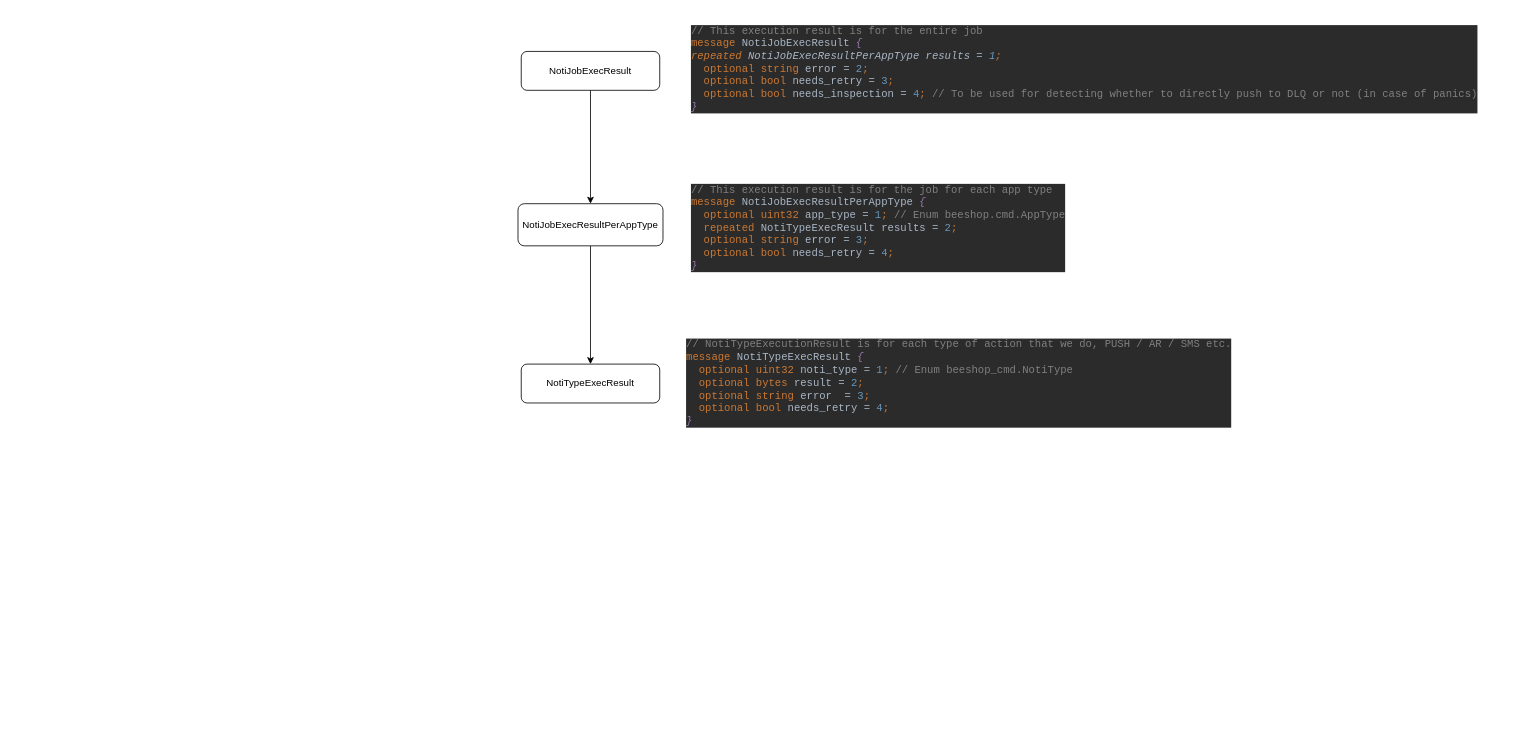
This is page "Create new consumer for PN" (3 of 4) of Untitled Diagram.drawio from floatLig/drow.io, a draw.io file, before an edit. Source tidied: cells renumbered, new cells numbered last; positions are measured from the earlier drawing's top-left corner, leaving out a move shared by most shapes. Both pictures are drawn from the tidied source at 81%, with x=0, y=0 at pixel (518, 28).
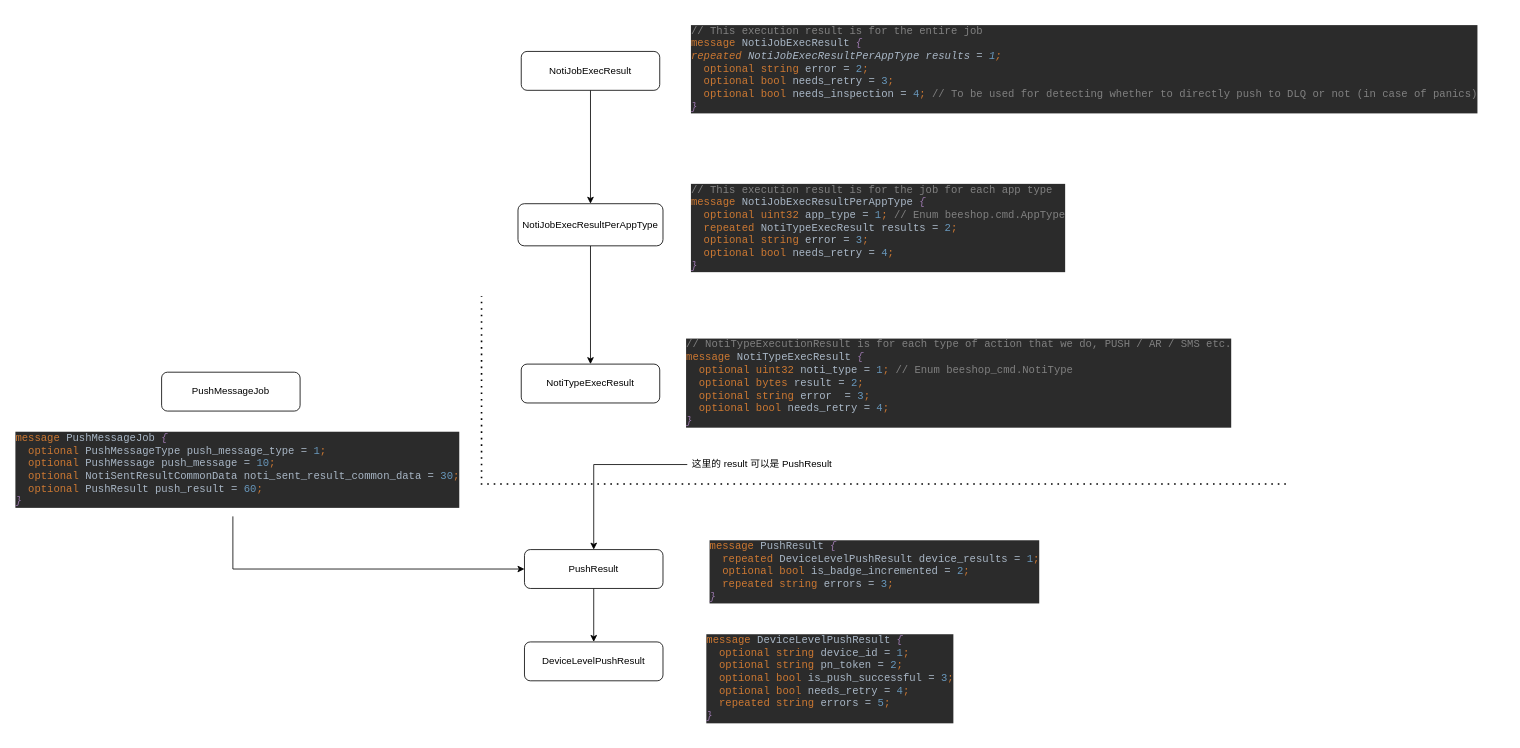
The same diagram, later.

What changed in the source:
```diff
@@
+    <mxCell id="10" style="endArrow=none;dashed=1;html=1;dashPattern=1 3;strokeWidth=2;" parent="1" edge="1">
+      <mxGeometry relative="1" as="geometry">
+        <mxPoint x="-38" y="563" as="sourcePoint" />
+        <mxPoint x="954" y="563" as="targetPoint" />
+      </mxGeometry>
+    </mxCell>
+    <mxCell id="11" style="edgeStyle=orthogonalEdgeStyle;rounded=0;jettySize=auto;html=1;exitX=0.5;exitY=1;exitDx=0;exitDy=0;entryX=0.5;entryY=0;entryDx=0;entryDy=0;" parent="1" edge="1" source="12" target="13">
+      <mxGeometry relative="1" as="geometry" />
+    </mxCell>
+    <mxCell id="12" value="PushResult" style="rounded=1;whiteSpace=wrap;html=1;" parent="1" vertex="1">
+      <mxGeometry x="8" y="644" width="171" height="48" as="geometry" />
+    </mxCell>
+    <mxCell id="13" value="DeviceLevelPushResult" style="rounded=1;whiteSpace=wrap;html=1;" parent="1" vertex="1">
+      <mxGeometry x="8" y="758" width="171" height="48" as="geometry" />
+    </mxCell>
+    <mxCell id="14" value="&lt;pre style=&quot;background-color: #2b2b2b ; color: #a9b7c6 ; font-family: &amp;quot;jetbrains mono&amp;quot; , monospace ; font-size: 9.8pt&quot;&gt;&lt;span style=&quot;color: #cc7832&quot;&gt;message &lt;/span&gt;PushResult &lt;span style=&quot;color: #9876aa ; font-style: italic&quot;&gt;{&lt;br&gt;&lt;/span&gt;&lt;span style=&quot;color: #9876aa ; font-style: italic&quot;&gt;  &lt;/span&gt;&lt;span style=&quot;color: #cc7832&quot;&gt;repeated &lt;/span&gt;DeviceLevelPushResult device_results = &lt;span style=&quot;color: #6897bb&quot;&gt;1&lt;/span&gt;&lt;span style=&quot;color: #cc7832&quot;&gt;;&lt;br&gt;&lt;/span&gt;&lt;span style=&quot;color: #cc7832&quot;&gt;  optional bool &lt;/span&gt;is_badge_incremented = &lt;span style=&quot;color: #6897bb&quot;&gt;2&lt;/span&gt;&lt;span style=&quot;color: #cc7832&quot;&gt;;&lt;br&gt;&lt;/span&gt;&lt;span style=&quot;color: #cc7832&quot;&gt;  repeated string &lt;/span&gt;errors = &lt;span style=&quot;color: #6897bb&quot;&gt;3&lt;/span&gt;&lt;span style=&quot;color: #cc7832&quot;&gt;;&lt;br&gt;&lt;/span&gt;&lt;span style=&quot;color: #9876aa ; font-style: italic&quot;&gt;}&lt;/span&gt;&lt;/pre&gt;" style="text;whiteSpace=wrap;html=1;" parent="1" vertex="1">
+      <mxGeometry x="235" y="613" width="428" height="110" as="geometry" />
+    </mxCell>
+    <mxCell id="15" value="&lt;pre style=&quot;background-color: #2b2b2b ; color: #a9b7c6 ; font-family: &amp;quot;jetbrains mono&amp;quot; , monospace ; font-size: 9.8pt&quot;&gt;&lt;span style=&quot;color: #cc7832&quot;&gt;message &lt;/span&gt;DeviceLevelPushResult &lt;span style=&quot;color: #9876aa ; font-style: italic&quot;&gt;{&lt;br&gt;&lt;/span&gt;&lt;span style=&quot;color: #9876aa ; font-style: italic&quot;&gt;  &lt;/span&gt;&lt;span style=&quot;color: #cc7832&quot;&gt;optional string &lt;/span&gt;device_id = &lt;span style=&quot;color: #6897bb&quot;&gt;1&lt;/span&gt;&lt;span style=&quot;color: #cc7832&quot;&gt;;&lt;br&gt;&lt;/span&gt;&lt;span style=&quot;color: #cc7832&quot;&gt;  optional string &lt;/span&gt;pn_token = &lt;span style=&quot;color: #6897bb&quot;&gt;2&lt;/span&gt;&lt;span style=&quot;color: #cc7832&quot;&gt;;&lt;br&gt;&lt;/span&gt;&lt;span style=&quot;color: #cc7832&quot;&gt;  optional bool &lt;/span&gt;is_push_successful = &lt;span style=&quot;color: #6897bb&quot;&gt;3&lt;/span&gt;&lt;span style=&quot;color: #cc7832&quot;&gt;;&lt;br&gt;&lt;/span&gt;&lt;span style=&quot;color: #cc7832&quot;&gt;  optional bool &lt;/span&gt;needs_retry = &lt;span style=&quot;color: #6897bb&quot;&gt;4&lt;/span&gt;&lt;span style=&quot;color: #cc7832&quot;&gt;;&lt;br&gt;&lt;/span&gt;&lt;span style=&quot;color: #cc7832&quot;&gt;  repeated string &lt;/span&gt;errors = &lt;span style=&quot;color: #6897bb&quot;&gt;5&lt;/span&gt;&lt;span style=&quot;color: #cc7832&quot;&gt;;&lt;br&gt;&lt;/span&gt;&lt;span style=&quot;color: #9876aa ; font-style: italic&quot;&gt;}&lt;/span&gt;&lt;/pre&gt;" style="text;whiteSpace=wrap;html=1;" parent="1" vertex="1">
+      <mxGeometry x="231" y="729" width="326" height="138" as="geometry" />
+    </mxCell>
+    <mxCell id="16" style="edgeStyle=orthogonalEdgeStyle;rounded=0;jettySize=auto;html=1;entryX=0.5;entryY=0;entryDx=0;entryDy=0;" parent="1" edge="1" source="17" target="12">
+      <mxGeometry relative="1" as="geometry" />
+    </mxCell>
+    <mxCell id="17" value="这里的 result 可以是 PushResult" style="text;html=1;align=center;verticalAlign=middle;points=[];strokeColor=none;fillColor=none;" parent="1" vertex="1">
+      <mxGeometry x="209" y="530" width="183" height="18" as="geometry" />
+    </mxCell>
+    <mxCell id="18" style="endArrow=none;dashed=1;html=1;dashPattern=1 3;strokeWidth=2;" parent="1" edge="1">
+      <mxGeometry relative="1" as="geometry">
+        <mxPoint x="-45" y="564" as="sourcePoint" />
+        <mxPoint x="-45" y="331" as="targetPoint" />
+      </mxGeometry>
+    </mxCell>
+    <mxCell id="19" style="edgeStyle=orthogonalEdgeStyle;rounded=0;jettySize=auto;html=1;exitX=0.5;exitY=1;exitDx=0;exitDy=0;entryX=0;entryY=0.5;entryDx=0;entryDy=0;" parent="1" edge="1" source="20" target="12">
+      <mxGeometry relative="1" as="geometry" />
+    </mxCell>
+    <mxCell id="20" value="&lt;pre style=&quot;background-color: #2b2b2b ; color: #a9b7c6 ; font-family: &amp;quot;jetbrains mono&amp;quot; , monospace ; font-size: 9.8pt&quot;&gt;&lt;span style=&quot;color: #cc7832&quot;&gt;message &lt;/span&gt;PushMessageJob &lt;span style=&quot;color: #9876aa ; font-style: italic&quot;&gt;{&lt;br&gt;&lt;/span&gt;&lt;span style=&quot;color: #9876aa ; font-style: italic&quot;&gt;  &lt;/span&gt;&lt;span style=&quot;color: #cc7832&quot;&gt;optional &lt;/span&gt;PushMessageType push_message_type = &lt;span style=&quot;color: #6897bb&quot;&gt;1&lt;/span&gt;&lt;span style=&quot;color: #cc7832&quot;&gt;;&lt;br&gt;&lt;/span&gt;&lt;span style=&quot;color: #cc7832&quot;&gt;  optional &lt;/span&gt;PushMessage push_message = &lt;span style=&quot;color: #6897bb&quot;&gt;10&lt;/span&gt;&lt;span style=&quot;color: #cc7832&quot;&gt;;&lt;br&gt;&lt;/span&gt;&lt;span style=&quot;color: #cc7832&quot;&gt;  optional &lt;/span&gt;NotiSentResultCommonData noti_sent_result_common_data = &lt;span style=&quot;color: #6897bb&quot;&gt;30&lt;/span&gt;&lt;span style=&quot;color: #cc7832&quot;&gt;;&lt;br&gt;&lt;/span&gt;&lt;span style=&quot;color: #cc7832&quot;&gt;  optional &lt;/span&gt;PushResult push_result = &lt;span style=&quot;color: #6897bb&quot;&gt;60&lt;/span&gt;&lt;span style=&quot;color: #cc7832&quot;&gt;;&lt;br&gt;&lt;/span&gt;&lt;span style=&quot;color: #9876aa ; font-style: italic&quot;&gt;}&lt;br&gt;&lt;/span&gt;&lt;/pre&gt;" style="text;whiteSpace=wrap;html=1;" parent="1" vertex="1">
+      <mxGeometry x="-622" y="479" width="540" height="124" as="geometry" />
+    </mxCell>
+    <mxCell id="21" value="PushMessageJob" style="rounded=1;whiteSpace=wrap;html=1;" parent="1" vertex="1">
+      <mxGeometry x="-440" y="425" width="171" height="48" as="geometry" />
+    </mxCell>
```
